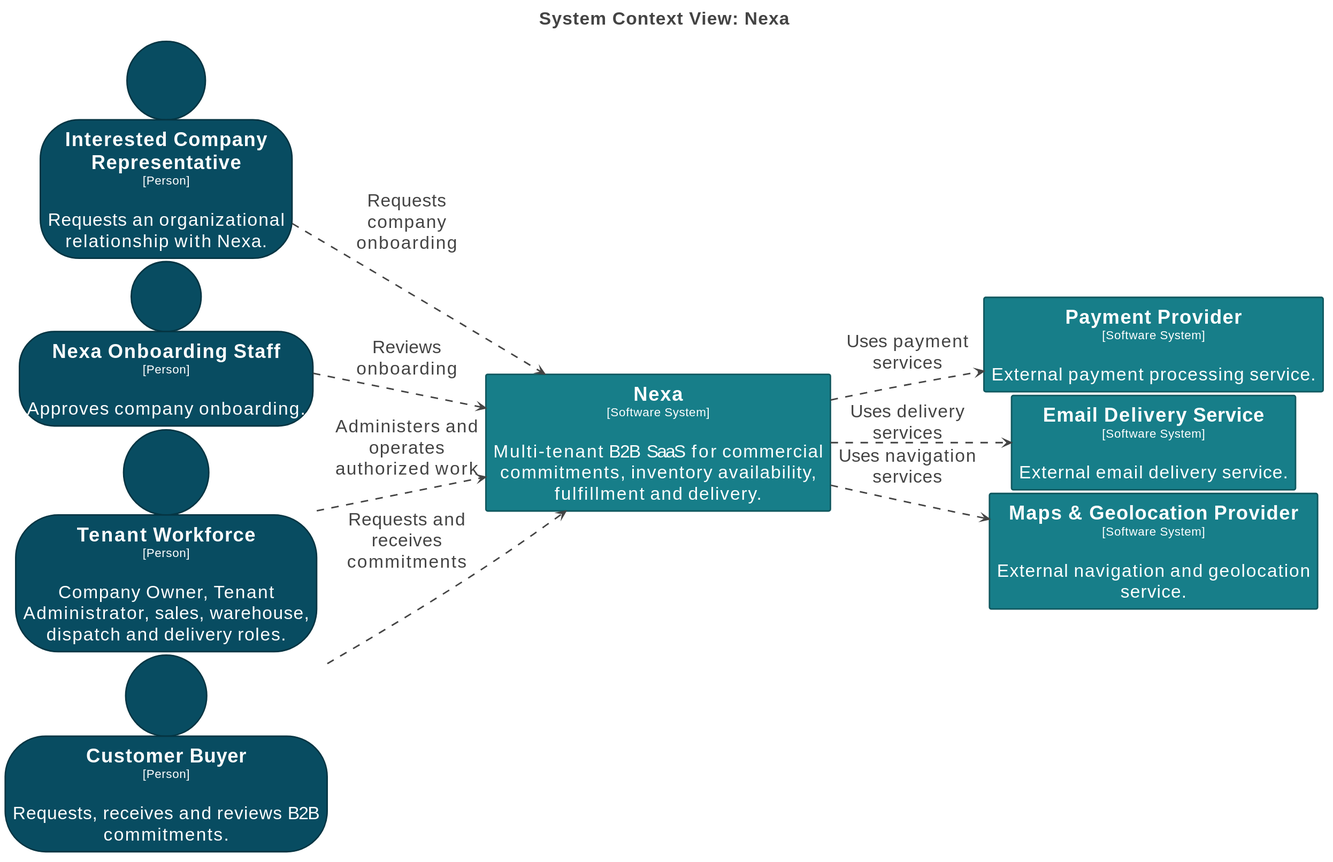
This is report/assets/chapter-2/c4/Nexa-SystemContext.svg from nexa-suite/mobile-report, a PlantUML export, as it was before one commit. Source of this version:
```plantuml
@startuml
title <size:24>System Context View: Nexa</size>

set separator none
left to right direction
skinparam ranksep 20
skinparam nodesep 5
hide stereotype

<style>
  root {
    BackgroundColor: #ffffff;
    FontColor: #444444;
  }
  // Element,Person
  .Element-RWxlbWVudCxQZXJzb24= {
    BackgroundColor: #084c61;
    LineColor: #053543;
    LineStyle: 0;
    LineThickness: 2;
    FontColor: #ffffff;
    FontSize: 24;
    HorizontalAlignment: center;
    Shadowing: 0;
    MaximumWidth: 450;
  }
  // Element,Software System
  .Element-RWxlbWVudCxTb2Z0d2FyZSBTeXN0ZW0= {
    BackgroundColor: #177e89;
    LineColor: #10585f;
    LineStyle: 0;
    LineThickness: 2;
    FontColor: #ffffff;
    FontSize: 24;
    HorizontalAlignment: center;
    Shadowing: 0;
    MaximumWidth: 450;
  }
  // Relationship
  .Relationship-UmVsYXRpb25zaGlw {
    LineThickness: 2;
    LineStyle: 10-10;
    LineColor: #444444;
    FontColor: #444444;
    FontSize: 24;
    MaximumWidth: 200;
  }
</style>

person "==Interested Company Representative\n<size:16>[Person]</size>\n\nRequests an organizational relationship with Nexa." <<Element-RWxlbWVudCxQZXJzb24=>> as InterestedCompanyRepresentative
person "==Nexa Onboarding Staff\n<size:16>[Person]</size>\n\nApproves company onboarding." <<Element-RWxlbWVudCxQZXJzb24=>> as NexaOnboardingStaff
person "==Tenant Workforce\n<size:16>[Person]</size>\n\nCompany Owner, Tenant Administrator, sales, warehouse, dispatch and delivery roles." <<Element-RWxlbWVudCxQZXJzb24=>> as TenantWorkforce
person "==Customer Buyer\n<size:16>[Person]</size>\n\nRequests, receives and reviews B2B commitments." <<Element-RWxlbWVudCxQZXJzb24=>> as CustomerBuyer
rectangle "==Payment Provider\n<size:16>[Software System]</size>\n\nExternal payment processing service." <<Element-RWxlbWVudCxTb2Z0d2FyZSBTeXN0ZW0=>> as PaymentProvider
rectangle "==Email Delivery Service\n<size:16>[Software System]</size>\n\nExternal email delivery service." <<Element-RWxlbWVudCxTb2Z0d2FyZSBTeXN0ZW0=>> as EmailDeliveryService
rectangle "==Maps & Geolocation Provider\n<size:16>[Software System]</size>\n\nExternal navigation and geolocation service." <<Element-RWxlbWVudCxTb2Z0d2FyZSBTeXN0ZW0=>> as MapsGeolocationProvider
rectangle "==Nexa\n<size:16>[Software System]</size>\n\nMulti-tenant B2B SaaS for commercial commitments, inventory availability, fulfillment and delivery." <<Element-RWxlbWVudCxTb2Z0d2FyZSBTeXN0ZW0=>> as Nexa

InterestedCompanyRepresentative --> Nexa <<Relationship-UmVsYXRpb25zaGlw>> : "Requests company onboarding"
NexaOnboardingStaff --> Nexa <<Relationship-UmVsYXRpb25zaGlw>> : "Reviews onboarding"
TenantWorkforce --> Nexa <<Relationship-UmVsYXRpb25zaGlw>> : "Administers and operates authorized work"
CustomerBuyer --> Nexa <<Relationship-UmVsYXRpb25zaGlw>> : "Requests and receives commitments"
Nexa --> PaymentProvider <<Relationship-UmVsYXRpb25zaGlw>> : "Uses payment services"
Nexa --> EmailDeliveryService <<Relationship-UmVsYXRpb25zaGlw>> : "Uses delivery services"
Nexa --> MapsGeolocationProvider <<Relationship-UmVsYXRpb25zaGlw>> : "Uses navigation services"
@enduml
```
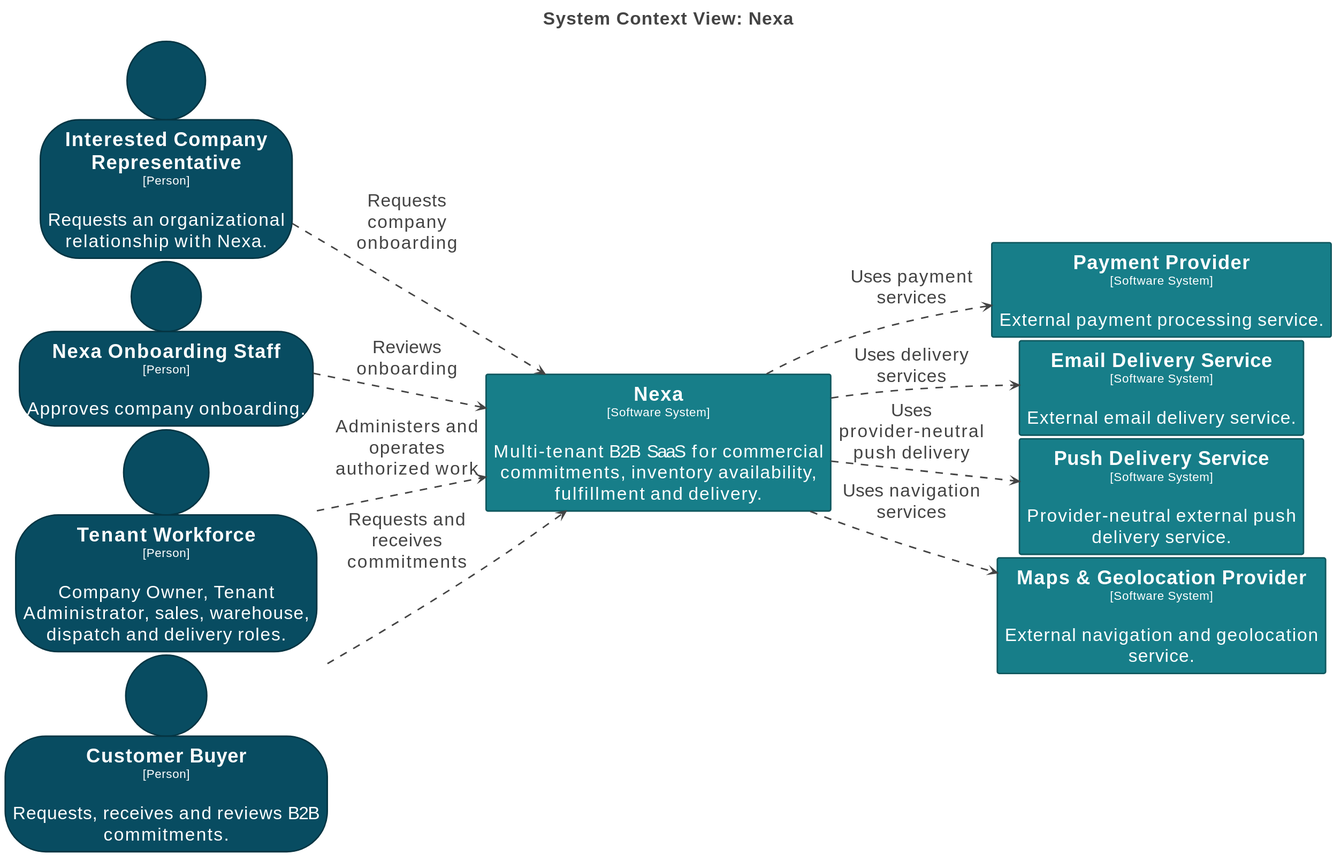
After the commit.

Diff of the diagram source:
```diff
@@ -53,6 +53,7 @@
 person "==Customer Buyer\n<size:16>[Person]</size>\n\nRequests, receives and reviews B2B commitments." <<Element-RWxlbWVudCxQZXJzb24=>> as CustomerBuyer
 rectangle "==Payment Provider\n<size:16>[Software System]</size>\n\nExternal payment processing service." <<Element-RWxlbWVudCxTb2Z0d2FyZSBTeXN0ZW0=>> as PaymentProvider
 rectangle "==Email Delivery Service\n<size:16>[Software System]</size>\n\nExternal email delivery service." <<Element-RWxlbWVudCxTb2Z0d2FyZSBTeXN0ZW0=>> as EmailDeliveryService
+rectangle "==Push Delivery Service\n<size:16>[Software System]</size>\n\nProvider-neutral external push delivery service." <<Element-RWxlbWVudCxTb2Z0d2FyZSBTeXN0ZW0=>> as PushDeliveryService
 rectangle "==Maps & Geolocation Provider\n<size:16>[Software System]</size>\n\nExternal navigation and geolocation service." <<Element-RWxlbWVudCxTb2Z0d2FyZSBTeXN0ZW0=>> as MapsGeolocationProvider
 rectangle "==Nexa\n<size:16>[Software System]</size>\n\nMulti-tenant B2B SaaS for commercial commitments, inventory availability, fulfillment and delivery." <<Element-RWxlbWVudCxTb2Z0d2FyZSBTeXN0ZW0=>> as Nexa
 
@@ -62,5 +63,6 @@
 CustomerBuyer --> Nexa <<Relationship-UmVsYXRpb25zaGlw>> : "Requests and receives commitments"
 Nexa --> PaymentProvider <<Relationship-UmVsYXRpb25zaGlw>> : "Uses payment services"
 Nexa --> EmailDeliveryService <<Relationship-UmVsYXRpb25zaGlw>> : "Uses delivery services"
+Nexa --> PushDeliveryService <<Relationship-UmVsYXRpb25zaGlw>> : "Uses provider-neutral push delivery"
 Nexa --> MapsGeolocationProvider <<Relationship-UmVsYXRpb25zaGlw>> : "Uses navigation services"
 @enduml
```
